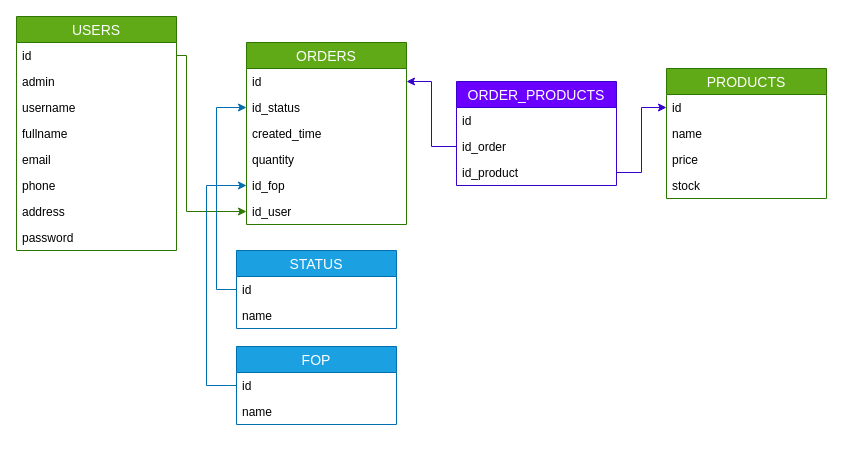
The draw.io diagram data_base/diagram.drawio in KaribelBT/delilah_resto, before the edit. Source tidied: cells renumbered, new cells numbered last; positions are measured from the earlier drawing's top-left corner, leaving out a move shared by most shapes. Both pictures are drawn from the tidied source at 100%, with x=0, y=0 at pixel (16, 16).
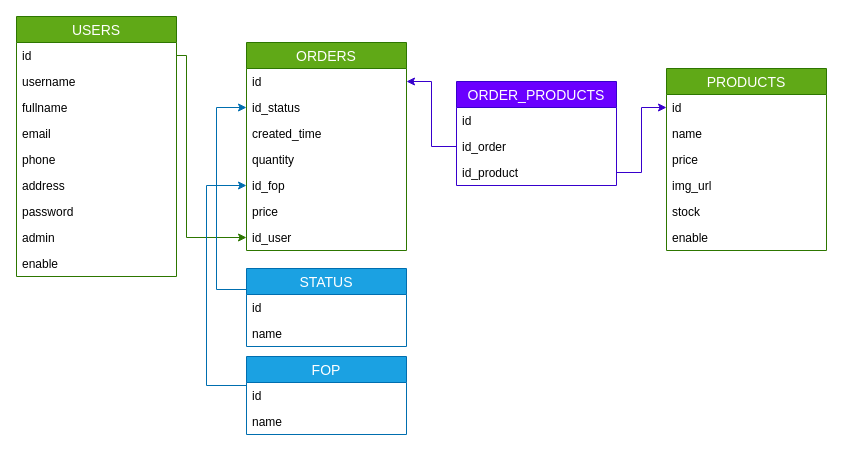
The same diagram, later.

Unchanged cells that the change refers to:
```xml
<mxCell id="3" value="id" style="text;strokeColor=none;fillColor=none;spacingLeft=4;spacingRight=4;overflow=hidden;points=[[0,0.5],[1,0.5]];portConstraint=eastwest;fontSize=12;" parent="2" vertex="1">
  <mxGeometry y="26" width="160" height="26" as="geometry" />
</mxCell>
```

Change to the diagram source:
```diff
@@
     <mxCell id="2" value="USERS" style="swimlane;fontStyle=0;horizontal=1;startSize=26;align=center;fontSize=14;fillColor=#60a917;strokeColor=#2D7600;fontColor=#ffffff;" parent="1" vertex="1">
-      <mxGeometry width="160" height="234" as="geometry" />
+      <mxGeometry width="160" height="260" as="geometry" />
     </mxCell>
@@
-    <mxCell id="4" value="admin" style="text;strokeColor=none;fillColor=none;spacingLeft=4;spacingRight=4;overflow=hidden;fontSize=12;" parent="2" vertex="1">
-      <mxGeometry y="52" width="160" height="26" as="geometry" />
-    </mxCell>
     <mxCell id="5" value="username" style="text;strokeColor=none;fillColor=none;spacingLeft=4;spacingRight=4;overflow=hidden;fontSize=12;" parent="2" vertex="1">
-      <mxGeometry y="78" width="160" height="26" as="geometry" />
+      <mxGeometry y="52" width="160" height="26" as="geometry" />
     </mxCell>
     <mxCell id="6" value="fullname" style="text;strokeColor=none;fillColor=none;spacingLeft=4;spacingRight=4;overflow=hidden;fontSize=12;" parent="2" vertex="1">
-      <mxGeometry y="104" width="160" height="26" as="geometry" />
+      <mxGeometry y="78" width="160" height="26" as="geometry" />
     </mxCell>
     <mxCell id="7" value="email" style="text;strokeColor=none;fillColor=none;spacingLeft=4;spacingRight=4;overflow=hidden;fontSize=12;" parent="2" vertex="1">
-      <mxGeometry y="130" width="160" height="26" as="geometry" />
+      <mxGeometry y="104" width="160" height="26" as="geometry" />
     </mxCell>
     <mxCell id="8" value="phone" style="text;strokeColor=none;fillColor=none;spacingLeft=4;spacingRight=4;overflow=hidden;fontSize=12;" parent="2" vertex="1">
-      <mxGeometry y="156" width="160" height="26" as="geometry" />
+      <mxGeometry y="130" width="160" height="26" as="geometry" />
     </mxCell>
     <mxCell id="9" value="address" style="text;strokeColor=none;fillColor=none;spacingLeft=4;spacingRight=4;overflow=hidden;fontSize=12;" parent="2" vertex="1">
-      <mxGeometry y="182" width="160" height="26" as="geometry" />
+      <mxGeometry y="156" width="160" height="26" as="geometry" />
     </mxCell>
     <mxCell id="10" value="password" style="text;strokeColor=none;fillColor=none;spacingLeft=4;spacingRight=4;overflow=hidden;fontSize=12;" parent="2" vertex="1">
-      <mxGeometry y="208" width="160" height="26" as="geometry" />
+      <mxGeometry y="182" width="160" height="26" as="geometry" />
     </mxCell>
+    <mxCell id="4" value="admin" style="text;strokeColor=none;fillColor=none;spacingLeft=4;spacingRight=4;overflow=hidden;fontSize=12;" parent="2" vertex="1">
+      <mxGeometry y="208" width="160" height="26" as="geometry" />
+    </mxCell>
+    <mxCell id="38" value="enable" style="text;strokeColor=none;fillColor=none;spacingLeft=4;spacingRight=4;overflow=hidden;fontSize=12;" parent="2" vertex="1">
+      <mxGeometry y="234" width="160" height="26" as="geometry" />
+    </mxCell>
     <mxCell id="11" style="edgeStyle=orthogonalEdgeStyle;rounded=0;jettySize=auto;html=1;exitX=1;exitY=0.5;exitDx=0;exitDy=0;entryX=0;entryY=0.5;entryDx=0;entryDy=0;fillColor=#60a917;strokeColor=#2D7600;" parent="1" edge="1" source="3" target="31">
       <mxGeometry relative="1" as="geometry">
         <Array as="points">
           <mxPoint x="170" y="39" />
-          <mxPoint x="170" y="195" />
+          <mxPoint x="170" y="221" />
         </Array>
       </mxGeometry>
     </mxCell>
@@
-    <mxCell id="13" value="STATUS" style="swimlane;fontStyle=0;horizontal=1;startSize=26;align=center;fontSize=14;fillColor=#1ba1e2;strokeColor=#006EAF;fontColor=#ffffff;" parent="1" vertex="1">
-      <mxGeometry x="220" y="234" width="160" height="78" as="geometry" />
-    </mxCell>
-    <mxCell id="14" value="id&#10;" style="text;strokeColor=none;fillColor=none;spacingLeft=4;spacingRight=4;overflow=hidden;points=[[0,0.5],[1,0.5]];portConstraint=eastwest;fontSize=12;" parent="13" vertex="1">
-      <mxGeometry y="26" width="160" height="26" as="geometry" />
-    </mxCell>
-    <mxCell id="15" value="name" style="text;strokeColor=none;fillColor=none;spacingLeft=4;spacingRight=4;overflow=hidden;fontSize=12;" parent="13" vertex="1">
-      <mxGeometry y="52" width="160" height="26" as="geometry" />
-    </mxCell>
-    <mxCell id="16" value="FOP" style="swimlane;fontStyle=0;horizontal=1;startSize=26;align=center;fontSize=14;fillColor=#1ba1e2;strokeColor=#006EAF;fontColor=#ffffff;" parent="1" vertex="1">
-      <mxGeometry x="220" y="330" width="160" height="78" as="geometry" />
-    </mxCell>
-    <mxCell id="17" value="id" style="text;strokeColor=none;fillColor=none;spacingLeft=4;spacingRight=4;overflow=hidden;points=[[0,0.5],[1,0.5]];portConstraint=eastwest;fontSize=12;" parent="16" vertex="1">
-      <mxGeometry y="26" width="160" height="26" as="geometry" />
-    </mxCell>
-    <mxCell id="18" value="name" style="text;strokeColor=none;fillColor=none;spacingLeft=4;spacingRight=4;overflow=hidden;fontSize=12;" parent="16" vertex="1">
-      <mxGeometry y="52" width="160" height="26" as="geometry" />
-    </mxCell>
@@
     <mxCell id="20" value="PRODUCTS" style="swimlane;fontStyle=0;horizontal=1;startSize=26;align=center;fontSize=14;fillColor=#60a917;strokeColor=#2D7600;fontColor=#ffffff;" parent="1" vertex="1">
-      <mxGeometry x="650" y="52" width="160" height="130" as="geometry" />
+      <mxGeometry x="650" y="52" width="160" height="182" as="geometry" />
     </mxCell>
@@
+    <mxCell id="39" value="img_url" style="text;strokeColor=none;fillColor=none;spacingLeft=4;spacingRight=4;overflow=hidden;fontSize=12;" parent="20" vertex="1">
+      <mxGeometry y="104" width="160" height="26" as="geometry" />
+    </mxCell>
     <mxCell id="24" value="stock" style="text;strokeColor=none;fillColor=none;spacingLeft=4;spacingRight=4;overflow=hidden;fontSize=12;" parent="20" vertex="1">
-      <mxGeometry y="104" width="160" height="26" as="geometry" />
+      <mxGeometry y="130" width="160" height="26" as="geometry" />
     </mxCell>
+    <mxCell id="40" value="enable" style="text;strokeColor=none;fillColor=none;spacingLeft=4;spacingRight=4;overflow=hidden;fontSize=12;" parent="20" vertex="1">
+      <mxGeometry y="156" width="160" height="26" as="geometry" />
+    </mxCell>
     <mxCell id="25" value="ORDERS" style="swimlane;fontStyle=0;horizontal=1;startSize=26;align=center;fontSize=14;fillColor=#60a917;strokeColor=#2D7600;fontColor=#ffffff;" parent="1" vertex="1">
-      <mxGeometry x="230" y="26" width="160" height="182" as="geometry" />
+      <mxGeometry x="230" y="26" width="160" height="208" as="geometry" />
     </mxCell>
@@
+    <mxCell id="41" value="price" style="text;strokeColor=none;fillColor=none;spacingLeft=4;spacingRight=4;overflow=hidden;fontSize=12;" parent="25" vertex="1">
+      <mxGeometry y="156" width="160" height="26" as="geometry" />
+    </mxCell>
     <mxCell id="31" value="id_user" style="text;strokeColor=none;fillColor=none;spacingLeft=4;spacingRight=4;overflow=hidden;points=[[0,0.5],[1,0.5]];portConstraint=eastwest;fontSize=12;" parent="25" vertex="1">
-      <mxGeometry y="156" width="160" height="26" as="geometry" />
+      <mxGeometry y="182" width="160" height="26" as="geometry" />
     </mxCell>
@@
+    <mxCell id="13" value="STATUS" style="swimlane;fontStyle=0;horizontal=1;startSize=26;align=center;fontSize=14;fillColor=#1ba1e2;strokeColor=#006EAF;fontColor=#ffffff;" parent="1" vertex="1">
+      <mxGeometry x="230" y="252" width="160" height="78" as="geometry" />
+    </mxCell>
+    <mxCell id="14" value="id&#10;" style="text;strokeColor=none;fillColor=none;spacingLeft=4;spacingRight=4;overflow=hidden;points=[[0,0.5],[1,0.5]];portConstraint=eastwest;fontSize=12;" parent="13" vertex="1">
+      <mxGeometry y="26" width="160" height="26" as="geometry" />
+    </mxCell>
+    <mxCell id="15" value="name" style="text;strokeColor=none;fillColor=none;spacingLeft=4;spacingRight=4;overflow=hidden;fontSize=12;" parent="13" vertex="1">
+      <mxGeometry y="52" width="160" height="26" as="geometry" />
+    </mxCell>
+    <mxCell id="16" value="FOP" style="swimlane;fontStyle=0;horizontal=1;startSize=26;align=center;fontSize=14;fillColor=#1ba1e2;strokeColor=#006EAF;fontColor=#ffffff;" parent="1" vertex="1">
+      <mxGeometry x="230" y="340" width="160" height="78" as="geometry" />
+    </mxCell>
+    <mxCell id="17" value="id" style="text;strokeColor=none;fillColor=none;spacingLeft=4;spacingRight=4;overflow=hidden;points=[[0,0.5],[1,0.5]];portConstraint=eastwest;fontSize=12;" parent="16" vertex="1">
+      <mxGeometry y="26" width="160" height="26" as="geometry" />
+    </mxCell>
+    <mxCell id="18" value="name" style="text;strokeColor=none;fillColor=none;spacingLeft=4;spacingRight=4;overflow=hidden;fontSize=12;" parent="16" vertex="1">
+      <mxGeometry y="52" width="160" height="26" as="geometry" />
+    </mxCell>
```
